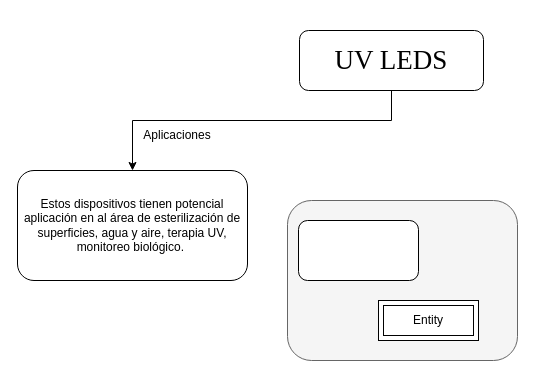
Edgaus/SQL keeps this draw.io diagram as Untitled Diagram.drawio. Above is the earlier version. Source tidied: cells renumbered, new cells numbered last; positions are measured from the earlier drawing's top-left corner, leaving out a move shared by most shapes. Both pictures are drawn from the tidied source at 100%, with x=0, y=0 at pixel (17, 30).
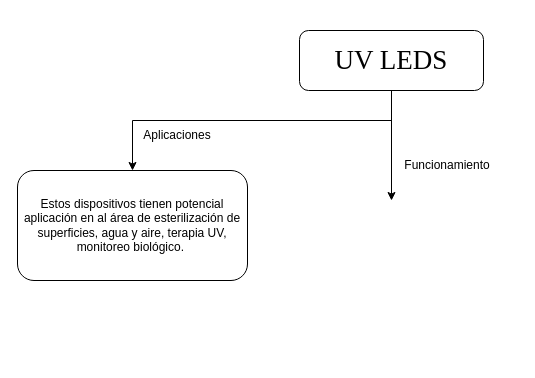
The same diagram, later.

The edit, as a diff of the source:
```diff
@@
 <mxGraphModel>
   <root>
     <mxCell id="0" />
     <mxCell id="1" parent="0" />
     <mxCell id="2" value="&lt;p class=&quot;MsoNormal&quot; align=&quot;center&quot; style=&quot;font-size: 27px;&quot;&gt;&lt;font face=&quot;Times New Roman, serif&quot; style=&quot;font-size: 27px;&quot;&gt;&lt;span style=&quot;font-size: 27px;&quot;&gt;UV LEDS&lt;/span&gt;&lt;/font&gt;&lt;/p&gt;" style="rounded=1;whiteSpace=wrap;html=1;strokeWidth=1;fontSize=27;" parent="1" vertex="1">
       <mxGeometry x="282" width="184" height="60" as="geometry" />
     </mxCell>
     <mxCell id="3" value="&lt;div&gt;Estos dispositivos tienen potencial aplicación en al área de esterilización de superficies, agua y aire, terapia UV, monitoreo biológico.&amp;nbsp;&lt;/div&gt;" style="rounded=1;whiteSpace=wrap;html=1;" parent="1" vertex="1">
       <mxGeometry y="140" width="230" height="110" as="geometry" />
     </mxCell>
     <mxCell id="4" style="endArrow=classic;html=1;rounded=0;exitX=0.5;exitY=1;exitDx=0;exitDy=0;entryX=0.5;entryY=0;entryDx=0;entryDy=0;" parent="1" edge="1" source="2" target="3">
       <mxGeometry relative="1" as="geometry">
         <Array as="points">
           <mxPoint x="374" y="90" />
           <mxPoint x="115" y="90" />
         </Array>
       </mxGeometry>
     </mxCell>
     <mxCell id="5" value="Aplicaciones" style="text;html=1;align=center;verticalAlign=middle;whiteSpace=wrap;rounded=0;" parent="1" vertex="1">
       <mxGeometry x="130" y="90" width="60" height="30" as="geometry" />
     </mxCell>
-    <mxCell id="6" style="group;direction=east;" parent="1" vertex="1">
-      <mxGeometry x="270" y="170" width="230" height="160" as="geometry" />
-    </mxCell>
-    <mxCell id="7" style="rounded=1;whiteSpace=wrap;html=1;direction=west;fillColor=#f5f5f5;fontColor=#333333;strokeColor=#666666;" parent="6" vertex="1">
-      <mxGeometry width="230" height="160" as="geometry" />
-    </mxCell>
-    <mxCell id="8" style="rounded=1;whiteSpace=wrap;html=1;" parent="6" vertex="1">
-      <mxGeometry x="11" y="20" width="120" height="60" as="geometry" />
-    </mxCell>
-    <mxCell id="9" value="Entity" style="shape=ext;margin=3;double=1;whiteSpace=wrap;html=1;align=center;" parent="6" vertex="1">
-      <mxGeometry x="91" y="100" width="100" height="40" as="geometry" />
-    </mxCell>
+    <mxCell id="10" style="endArrow=classic;html=1;rounded=0;" parent="1" edge="1" source="2">
+      <mxGeometry relative="1" as="geometry">
+        <mxPoint x="374" y="170" as="targetPoint" />
+      </mxGeometry>
+    </mxCell>
+    <mxCell id="11" value="Funcionamiento" style="text;html=1;align=center;verticalAlign=middle;whiteSpace=wrap;rounded=0;" parent="1" vertex="1">
+      <mxGeometry x="400" y="120" width="60" height="30" as="geometry" />
+    </mxCell>
   </root>
 </mxGraphModel>
```
